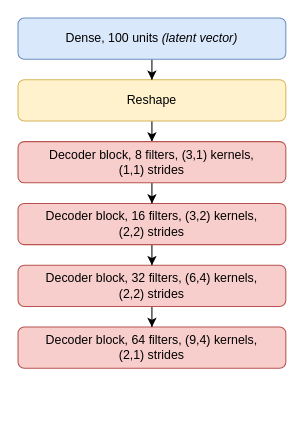
The draw.io diagram paper_images/decoder.drawio in LucaCappelletti94/repairing_genomic_gaps, before the edit. Source tidied: cells renumbered, new cells numbered last; positions are measured from the earlier drawing's top-left corner, leaving out a move shared by most shapes. Both pictures are drawn from the tidied source at 103%, with x=0, y=0 at pixel (18, 18).
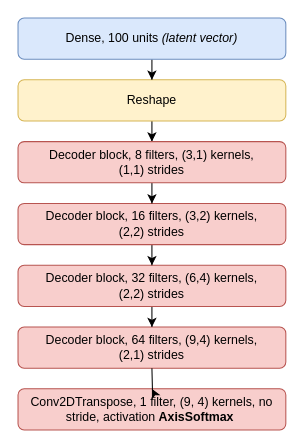
After the change.

Commit message (it also covers changes not shown here):
Added final layer to decoder img

What changed in the source:
```diff
@@
 <mxGraphModel>
   <root>
     <mxCell id="0" />
     <mxCell id="1" parent="0" />
     <mxCell id="2" value="Decoder block, 64 filters, (9,4) kernels,&lt;br&gt;(2,1) strides" style="rounded=1;whiteSpace=wrap;html=1;fillColor=#f8cecc;strokeColor=#b85450;" parent="1" vertex="1">
       <mxGeometry y="300" width="260" height="40" as="geometry" />
     </mxCell>
     <mxCell id="3" style="edgeStyle=orthogonalEdgeStyle;rounded=0;jettySize=auto;html=1;" parent="1" edge="1" source="4" target="2">
       <mxGeometry relative="1" as="geometry" />
     </mxCell>
     <mxCell id="4" value="Decoder block, 32 filters, (6,4) kernels,&lt;br&gt;(2,2) strides" style="rounded=1;whiteSpace=wrap;html=1;fillColor=#f8cecc;strokeColor=#b85450;" parent="1" vertex="1">
       <mxGeometry y="240" width="260" height="40" as="geometry" />
     </mxCell>
     <mxCell id="5" style="edgeStyle=orthogonalEdgeStyle;rounded=0;jettySize=auto;html=1;" parent="1" edge="1" source="6" target="4">
       <mxGeometry relative="1" as="geometry" />
     </mxCell>
     <mxCell id="6" value="Decoder block, 16 filters, (3,2) kernels,&lt;br&gt;(2,2) strides" style="rounded=1;whiteSpace=wrap;html=1;fillColor=#f8cecc;strokeColor=#b85450;" parent="1" vertex="1">
       <mxGeometry y="180" width="260" height="40" as="geometry" />
     </mxCell>
     <mxCell id="7" style="edgeStyle=orthogonalEdgeStyle;rounded=0;jettySize=auto;html=1;" parent="1" edge="1" source="8" target="12">
       <mxGeometry relative="1" as="geometry" />
     </mxCell>
     <mxCell id="8" value="Reshape" style="rounded=1;whiteSpace=wrap;html=1;fillColor=#fff2cc;strokeColor=#d6b656;" parent="1" vertex="1">
       <mxGeometry y="60" width="260" height="40" as="geometry" />
     </mxCell>
     <mxCell id="9" style="edgeStyle=orthogonalEdgeStyle;rounded=0;jettySize=auto;html=1;" parent="1" edge="1" source="10" target="8">
       <mxGeometry relative="1" as="geometry" />
     </mxCell>
     <mxCell id="10" value="Dense, 100 units &lt;i&gt;(latent vector)&lt;/i&gt;" style="rounded=1;whiteSpace=wrap;html=1;fillColor=#dae8fc;strokeColor=#6c8ebf;" parent="1" vertex="1">
       <mxGeometry width="260" height="40" as="geometry" />
     </mxCell>
     <mxCell id="11" style="edgeStyle=orthogonalEdgeStyle;rounded=0;jettySize=auto;html=1;" parent="1" edge="1" source="12" target="6">
       <mxGeometry relative="1" as="geometry" />
     </mxCell>
     <mxCell id="12" value="Decoder&amp;nbsp;block, 8 filters, (3,1) kernels,&lt;br&gt;(1,1) strides" style="rounded=1;whiteSpace=wrap;html=1;fillColor=#f8cecc;strokeColor=#b85450;" parent="1" vertex="1">
       <mxGeometry y="120" width="260" height="40" as="geometry" />
     </mxCell>
+    <mxCell id="13" value="Conv2DTranspose, 1 filter, (9, 4) kernels, no stride, activation&amp;nbsp;&lt;b&gt;AxisSoftmax&lt;/b&gt;&amp;nbsp;" style="rounded=1;whiteSpace=wrap;html=1;fillColor=#f8cecc;strokeColor=#b85450;" parent="1" vertex="1">
+      <mxGeometry y="360" width="260" height="40" as="geometry" />
+    </mxCell>
+    <mxCell id="14" style="edgeStyle=orthogonalEdgeStyle;rounded=0;jettySize=auto;html=1;" parent="1" edge="1" target="13">
+      <mxGeometry relative="1" as="geometry">
+        <mxPoint x="130" y="340" as="sourcePoint" />
+      </mxGeometry>
+    </mxCell>
   </root>
 </mxGraphModel>
```
